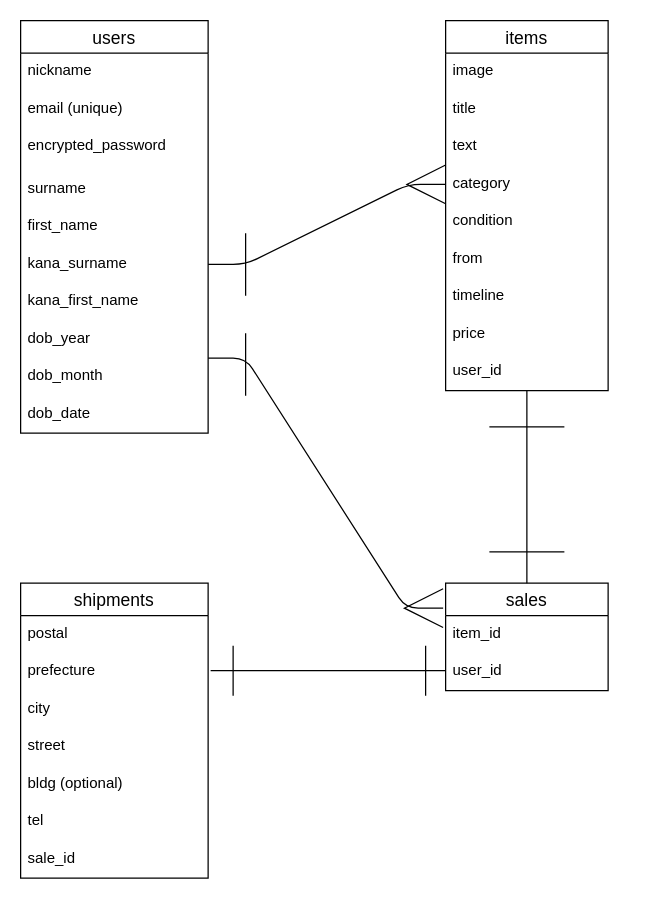
Before: furima.dio in U-ki-M/furima-36120, a draw.io diagram. Source tidied: cells renumbered, new cells numbered last; positions are measured from the earlier drawing's top-left corner, leaving out a move shared by most shapes. Both pictures are drawn from the tidied source at 125%, with x=0, y=0 at pixel (20, 20).
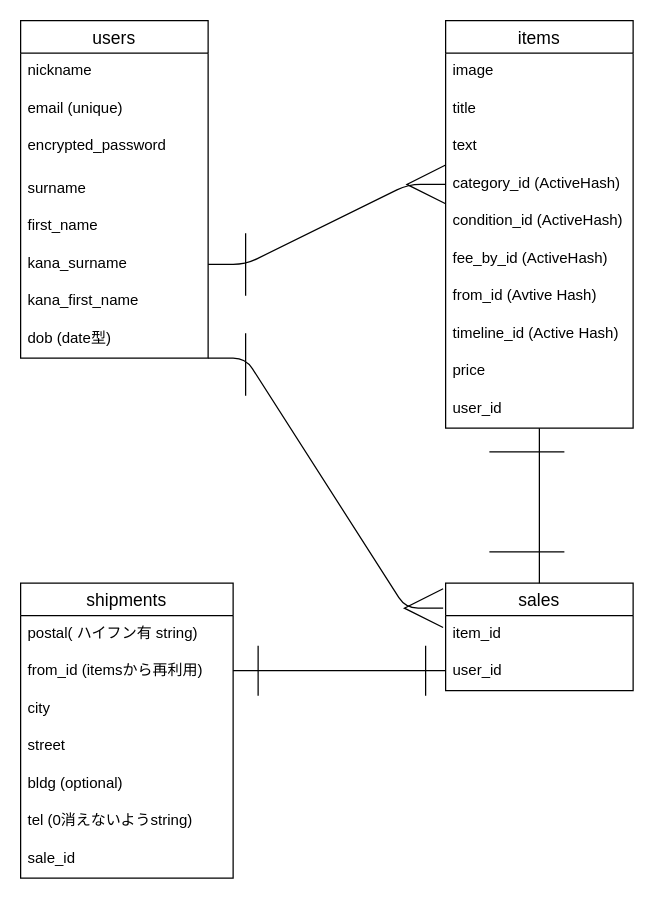
The same page after the edit.

Commit message (it also covers changes not shown here):
データベース設計　修正

Change to the diagram source:
```diff
@@
     <mxCell id="2" value="sales" style="swimlane;fontStyle=0;horizontal=1;startSize=26;align=center;fontSize=14;" parent="1" vertex="1">
-      <mxGeometry x="340" y="450" width="130" height="86" as="geometry" />
+      <mxGeometry x="340" y="450" width="150" height="86" as="geometry" />
     </mxCell>
     <mxCell id="3" value="item_id" style="text;strokeColor=none;fillColor=none;spacingLeft=4;spacingRight=4;overflow=hidden;fontSize=12;" parent="2" vertex="1">
-      <mxGeometry y="26" width="130" height="30" as="geometry" />
+      <mxGeometry y="26" width="150" height="30" as="geometry" />
     </mxCell>
     <mxCell id="4" value="user_id" style="text;strokeColor=none;fillColor=none;spacingLeft=4;spacingRight=4;overflow=hidden;fontSize=12;" parent="2" vertex="1">
-      <mxGeometry y="56" width="130" height="30" as="geometry" />
+      <mxGeometry y="56" width="150" height="30" as="geometry" />
     </mxCell>
     <mxCell id="5" value="users" style="swimlane;fontStyle=0;horizontal=1;startSize=26;align=center;fontSize=14;" parent="1" vertex="1">
-      <mxGeometry width="150" height="330" as="geometry" />
+      <mxGeometry width="150" height="270" as="geometry" />
     </mxCell>
@@
-    <mxCell id="13" value="dob_year" style="text;strokeColor=none;fillColor=none;spacingLeft=4;spacingRight=4;overflow=hidden;fontSize=12;" parent="5" vertex="1">
+    <mxCell id="13" value="dob (date型)" style="text;strokeColor=none;fillColor=none;spacingLeft=4;spacingRight=4;overflow=hidden;fontSize=12;" parent="5" vertex="1">
       <mxGeometry y="240" width="150" height="30" as="geometry" />
     </mxCell>
-    <mxCell id="14" value="dob_month" style="text;strokeColor=none;fillColor=none;spacingLeft=4;spacingRight=4;overflow=hidden;fontSize=12;" parent="5" vertex="1">
-      <mxGeometry y="270" width="150" height="30" as="geometry" />
-    </mxCell>
-    <mxCell id="15" value="dob_date" style="text;strokeColor=none;fillColor=none;spacingLeft=4;spacingRight=4;overflow=hidden;fontSize=12;" parent="5" vertex="1">
-      <mxGeometry y="300" width="150" height="30" as="geometry" />
-    </mxCell>
     <mxCell id="16" value="shipments" style="swimlane;fontStyle=0;horizontal=1;startSize=26;align=center;fontSize=14;" parent="1" vertex="1">
-      <mxGeometry y="450" width="150" height="236" as="geometry" />
+      <mxGeometry y="450" width="170" height="236" as="geometry" />
     </mxCell>
-    <mxCell id="17" value="postal" style="text;strokeColor=none;fillColor=none;spacingLeft=4;spacingRight=4;overflow=hidden;fontSize=12;" parent="16" vertex="1">
-      <mxGeometry y="26" width="150" height="30" as="geometry" />
+    <mxCell id="17" value="postal( ハイフン有 string)" style="text;strokeColor=none;fillColor=none;spacingLeft=4;spacingRight=4;overflow=hidden;fontSize=12;" parent="16" vertex="1">
+      <mxGeometry y="26" width="170" height="30" as="geometry" />
     </mxCell>
-    <mxCell id="18" value="prefecture" style="text;strokeColor=none;fillColor=none;spacingLeft=4;spacingRight=4;overflow=hidden;fontSize=12;" parent="16" vertex="1">
-      <mxGeometry y="56" width="150" height="30" as="geometry" />
+    <mxCell id="18" value="from_id (itemsから再利用)" style="text;strokeColor=none;fillColor=none;spacingLeft=4;spacingRight=4;overflow=hidden;fontSize=12;" parent="16" vertex="1">
+      <mxGeometry y="56" width="170" height="30" as="geometry" />
     </mxCell>
     <mxCell id="19" value="city" style="text;strokeColor=none;fillColor=none;spacingLeft=4;spacingRight=4;overflow=hidden;fontSize=12;" parent="16" vertex="1">
-      <mxGeometry y="86" width="150" height="30" as="geometry" />
+      <mxGeometry y="86" width="170" height="30" as="geometry" />
     </mxCell>
     <mxCell id="20" value="street" style="text;strokeColor=none;fillColor=none;spacingLeft=4;spacingRight=4;overflow=hidden;fontSize=12;" parent="16" vertex="1">
-      <mxGeometry y="116" width="150" height="30" as="geometry" />
+      <mxGeometry y="116" width="170" height="30" as="geometry" />
     </mxCell>
     <mxCell id="21" value="bldg (optional)" style="text;strokeColor=none;fillColor=none;spacingLeft=4;spacingRight=4;overflow=hidden;fontSize=12;" parent="16" vertex="1">
-      <mxGeometry y="146" width="150" height="30" as="geometry" />
+      <mxGeometry y="146" width="170" height="30" as="geometry" />
     </mxCell>
-    <mxCell id="22" value="tel" style="text;strokeColor=none;fillColor=none;spacingLeft=4;spacingRight=4;overflow=hidden;fontSize=12;" parent="16" vertex="1">
-      <mxGeometry y="176" width="150" height="30" as="geometry" />
+    <mxCell id="22" value="tel (0消えないようstring)" style="text;strokeColor=none;fillColor=none;spacingLeft=4;spacingRight=4;overflow=hidden;fontSize=12;" parent="16" vertex="1">
+      <mxGeometry y="176" width="170" height="30" as="geometry" />
     </mxCell>
     <mxCell id="23" value="sale_id" style="text;strokeColor=none;fillColor=none;spacingLeft=4;spacingRight=4;overflow=hidden;fontSize=12;" parent="16" vertex="1">
-      <mxGeometry y="206" width="150" height="30" as="geometry" />
+      <mxGeometry y="206" width="170" height="30" as="geometry" />
     </mxCell>
     <mxCell id="24" value="items" style="swimlane;fontStyle=0;horizontal=1;startSize=26;align=center;fontSize=14;" parent="1" vertex="1">
-      <mxGeometry x="340" width="130" height="296" as="geometry" />
+      <mxGeometry x="340" width="150" height="326" as="geometry" />
     </mxCell>
     <mxCell id="25" value="image" style="text;strokeColor=none;fillColor=none;spacingLeft=4;spacingRight=4;overflow=hidden;fontSize=12;" parent="24" vertex="1">
-      <mxGeometry y="26" width="130" height="30" as="geometry" />
+      <mxGeometry y="26" width="150" height="30" as="geometry" />
     </mxCell>
     <mxCell id="26" value="title" style="text;strokeColor=none;fillColor=none;spacingLeft=4;spacingRight=4;overflow=hidden;fontSize=12;" parent="24" vertex="1">
-      <mxGeometry y="56" width="130" height="30" as="geometry" />
+      <mxGeometry y="56" width="150" height="30" as="geometry" />
     </mxCell>
     <mxCell id="27" value="text" style="text;strokeColor=none;fillColor=none;spacingLeft=4;spacingRight=4;overflow=hidden;fontSize=12;" parent="24" vertex="1">
-      <mxGeometry y="86" width="130" height="30" as="geometry" />
+      <mxGeometry y="86" width="150" height="30" as="geometry" />
     </mxCell>
-    <mxCell id="28" value="category" style="text;strokeColor=none;fillColor=none;spacingLeft=4;spacingRight=4;overflow=hidden;points=[[0,0.5],[1,0.5]];portConstraint=eastwest;fontSize=12;" parent="24" vertex="1">
-      <mxGeometry y="116" width="130" height="30" as="geometry" />
+    <mxCell id="28" value="category_id (ActiveHash)" style="text;strokeColor=none;fillColor=none;spacingLeft=4;spacingRight=4;overflow=hidden;points=[[0,0.5],[1,0.5]];portConstraint=eastwest;fontSize=12;" parent="24" vertex="1">
+      <mxGeometry y="116" width="150" height="30" as="geometry" />
     </mxCell>
-    <mxCell id="29" value="condition" style="text;strokeColor=none;fillColor=none;spacingLeft=4;spacingRight=4;overflow=hidden;fontSize=12;" parent="24" vertex="1">
-      <mxGeometry y="146" width="130" height="30" as="geometry" />
+    <mxCell id="29" value="condition_id (ActiveHash)" style="text;strokeColor=none;fillColor=none;spacingLeft=4;spacingRight=4;overflow=hidden;fontSize=12;" parent="24" vertex="1">
+      <mxGeometry y="146" width="150" height="30" as="geometry" />
     </mxCell>
-    <mxCell id="30" value="from" style="text;strokeColor=none;fillColor=none;spacingLeft=4;spacingRight=4;overflow=hidden;fontSize=12;" parent="24" vertex="1">
-      <mxGeometry y="176" width="130" height="30" as="geometry" />
+    <mxCell id="30" value="fee_by_id (ActiveHash)" style="text;strokeColor=none;fillColor=none;spacingLeft=4;spacingRight=4;overflow=hidden;fontSize=12;" parent="24" vertex="1">
+      <mxGeometry y="176" width="150" height="30" as="geometry" />
     </mxCell>
+    <mxCell id="45" value="from_id (Avtive Hash)" style="text;strokeColor=none;fillColor=none;spacingLeft=4;spacingRight=4;overflow=hidden;fontSize=12;" parent="24" vertex="1">
+      <mxGeometry y="206" width="150" height="30" as="geometry" />
+    </mxCell>
-    <mxCell id="31" value="timeline" style="text;strokeColor=none;fillColor=none;spacingLeft=4;spacingRight=4;overflow=hidden;fontSize=12;" parent="24" vertex="1">
-      <mxGeometry y="206" width="130" height="30" as="geometry" />
+    <mxCell id="31" value="timeline_id (Active Hash)" style="text;strokeColor=none;fillColor=none;spacingLeft=4;spacingRight=4;overflow=hidden;fontSize=12;" parent="24" vertex="1">
+      <mxGeometry y="236" width="150" height="30" as="geometry" />
     </mxCell>
     <mxCell id="32" value="price" style="text;strokeColor=none;fillColor=none;spacingLeft=4;spacingRight=4;overflow=hidden;fontSize=12;" parent="24" vertex="1">
-      <mxGeometry y="236" width="130" height="30" as="geometry" />
+      <mxGeometry y="266" width="150" height="30" as="geometry" />
     </mxCell>
     <mxCell id="33" value="user_id" style="text;strokeColor=none;fillColor=none;spacingLeft=4;spacingRight=4;overflow=hidden;points=[[0,0.5],[1,0.5]];portConstraint=eastwest;fontSize=12;" parent="24" vertex="1">
-      <mxGeometry y="266" width="130" height="30" as="geometry" />
+      <mxGeometry y="296" width="150" height="30" as="geometry" />
     </mxCell>
@@
     <mxCell id="36" style="endArrow=none;html=1;rounded=0;endSize=29;" parent="1" edge="1">
       <mxGeometry relative="1" as="geometry">
-        <mxPoint x="170" y="500" as="sourcePoint" />
-        <mxPoint x="170" y="540" as="targetPoint" />
+        <mxPoint x="190" y="500" as="sourcePoint" />
+        <mxPoint x="190" y="540" as="targetPoint" />
       </mxGeometry>
     </mxCell>
     <mxCell id="37" style="endArrow=none;html=1;rounded=0;" parent="1" edge="1">
       <mxGeometry relative="1" as="geometry">
-        <mxPoint x="152" y="520" as="sourcePoint" />
+        <mxPoint x="170" y="520" as="sourcePoint" />
         <mxPoint x="340" y="520" as="targetPoint" />
       </mxGeometry>
     </mxCell>
@@
     <mxCell id="44" style="line;strokeWidth=1;dashed=0;labelPosition=right;align=left;verticalAlign=middle;spacingTop=0;spacingLeft=6;" parent="1" vertex="1">
-      <mxGeometry x="375" y="320" width="60" height="10" as="geometry" />
+      <mxGeometry x="375" y="340" width="60" height="10" as="geometry" />
     </mxCell>
```
